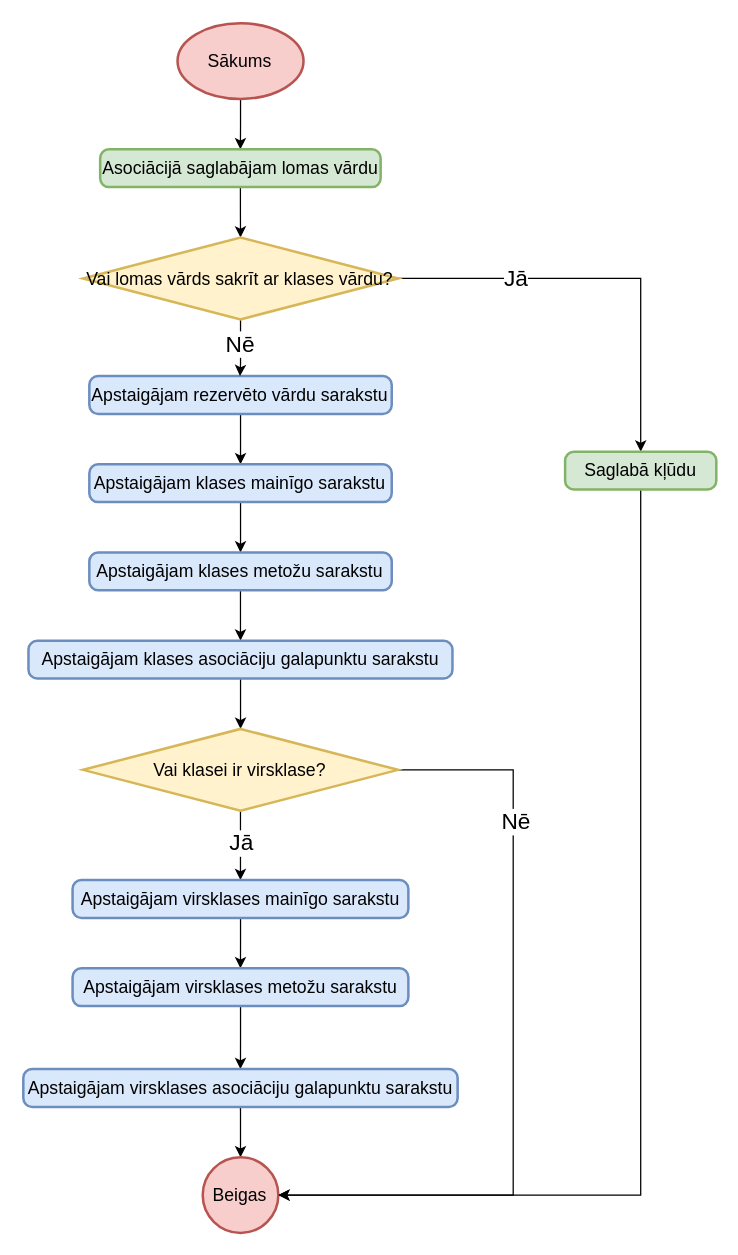
artiks12/webAppOS keeps this draw.io diagram as page "Lomas vārda pārbaude" (4 of 4) of src/Kvalifikacijas darbs/Diagrammas/Kompilators/Asociācijas.drawio. Above is the earlier version. Source tidied: cells renumbered, new cells numbered last; positions are measured from the earlier drawing's top-left corner, leaving out a move shared by most shapes. Both pictures are drawn from the tidied source at 126%, with x=0, y=0 at pixel (23, 23).
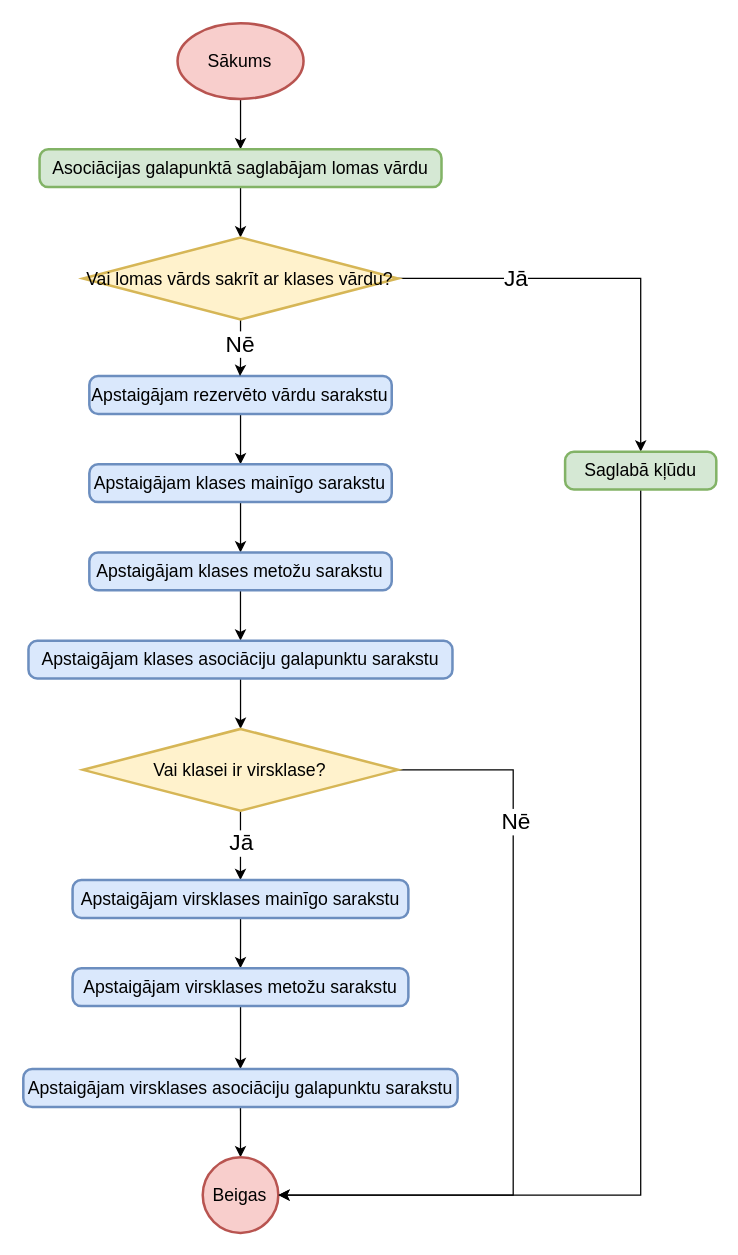
The same page after the edit.

The edit, as a diff of the source:
```diff
@@
-    <mxCell id="5" value="Asociācijā saglabājam lomas vārdu" style="rounded=1;whiteSpace=wrap;html=1;absoluteArcSize=1;arcSize=14;strokeWidth=2;fontSize=14;fillColor=#d5e8d4;strokeColor=#82b366;" parent="1" vertex="1">
-      <mxGeometry x="61" y="100" width="222.6" height="30" as="geometry" />
+    <mxCell id="5" value="Asociācijas galapunktā saglabājam lomas vārdu" style="rounded=1;whiteSpace=wrap;html=1;absoluteArcSize=1;arcSize=14;strokeWidth=2;fontSize=14;fillColor=#d5e8d4;strokeColor=#82b366;" parent="1" vertex="1">
+      <mxGeometry x="12.9" y="100" width="319" height="30" as="geometry" />
     </mxCell>
```
